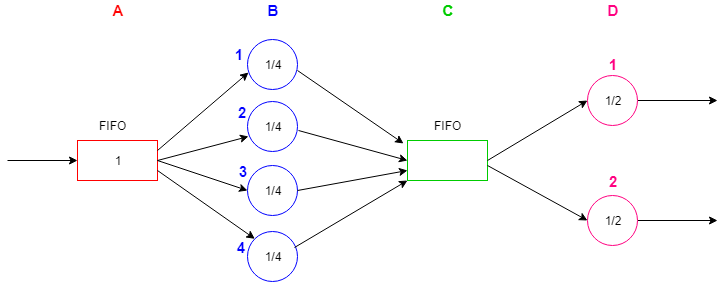
The draw.io diagram mejora/mejora.png in robagliom/simulacion_sistemas_de_colas, before a commit. Source tidied: cells renumbered, new cells last; positions are measured from the earlier drawing's top-left corner, leaving out a move shared by most shapes. Source of this version:
```xml
<mxGraphModel background="#ffffff">
  <root>
    <mxCell id="0" />
    <mxCell id="1" parent="0" />
    <mxCell id="2" value="1" style="rounded=0;whiteSpace=wrap;html=1;strokeColor=#FF0000;" parent="1" vertex="1">
      <mxGeometry x="70" y="140" width="80" height="40" as="geometry" />
    </mxCell>
    <mxCell id="3" style="endArrow=classic;html=1;entryX=0;entryY=0.5;entryDx=0;entryDy=0;" parent="1" edge="1" target="2">
      <mxGeometry relative="1" as="geometry">
        <mxPoint y="160" as="sourcePoint" />
      </mxGeometry>
    </mxCell>
    <mxCell id="4" value="FIFO" style="text;html=1;align=left;verticalAlign=top;spacingTop=-4;" parent="1" vertex="1">
      <mxGeometry x="90" y="116" width="40" height="20" as="geometry" />
    </mxCell>
    <mxCell id="5" value="1/4" style="ellipse;whiteSpace=wrap;html=1;strokeColor=#0000FF;" parent="1" vertex="1">
      <mxGeometry x="240" y="39" width="50" height="50" as="geometry" />
    </mxCell>
    <mxCell id="6" value="1/4" style="ellipse;whiteSpace=wrap;html=1;strokeColor=#0000FF;" parent="1" vertex="1">
      <mxGeometry x="240" y="101" width="50" height="50" as="geometry" />
    </mxCell>
    <mxCell id="7" value="1/4" style="ellipse;whiteSpace=wrap;html=1;strokeColor=#0000FF;" parent="1" vertex="1">
      <mxGeometry x="240" y="165" width="50" height="50" as="geometry" />
    </mxCell>
    <mxCell id="8" value="1/4" style="ellipse;whiteSpace=wrap;html=1;strokeColor=#0000FF;" parent="1" vertex="1">
      <mxGeometry x="240" y="231" width="50" height="50" as="geometry" />
    </mxCell>
    <mxCell id="9" style="endArrow=classic;html=1;exitX=1;exitY=0.25;exitDx=0;exitDy=0;entryX=0.02;entryY=0.66;entryDx=0;entryDy=0;entryPerimeter=0;" parent="1" edge="1" source="2" target="5">
      <mxGeometry relative="1" as="geometry" />
    </mxCell>
    <mxCell id="10" style="endArrow=classic;html=1;exitX=1;exitY=0.5;exitDx=0;exitDy=0;entryX=0.02;entryY=0.7;entryDx=0;entryDy=0;entryPerimeter=0;" parent="1" edge="1" source="2" target="6">
      <mxGeometry relative="1" as="geometry" />
    </mxCell>
    <mxCell id="11" style="endArrow=classic;html=1;exitX=1;exitY=0.5;exitDx=0;exitDy=0;entryX=0;entryY=0.5;entryDx=0;entryDy=0;" parent="1" edge="1" source="2" target="7">
      <mxGeometry relative="1" as="geometry" />
    </mxCell>
    <mxCell id="12" style="endArrow=classic;html=1;exitX=1;exitY=0.75;exitDx=0;exitDy=0;entryX=0;entryY=0;entryDx=0;entryDy=0;" parent="1" edge="1" source="2" target="8">
      <mxGeometry relative="1" as="geometry" />
    </mxCell>
    <mxCell id="13" style="rounded=0;whiteSpace=wrap;html=1;strokeColor=#00CC00;" parent="1" vertex="1">
      <mxGeometry x="400" y="140" width="80" height="40" as="geometry" />
    </mxCell>
    <mxCell id="14" style="edgeStyle=orthogonalEdgeStyle;rounded=0;jettySize=auto;html=1;" parent="1" edge="1" source="15">
      <mxGeometry relative="1" as="geometry">
        <mxPoint x="710" y="100" as="targetPoint" />
      </mxGeometry>
    </mxCell>
    <mxCell id="15" value="1/2" style="ellipse;whiteSpace=wrap;html=1;strokeColor=#FF0080;fillColor=#ffffff;" parent="1" vertex="1">
      <mxGeometry x="580" y="75" width="50" height="50" as="geometry" />
    </mxCell>
    <mxCell id="16" style="edgeStyle=orthogonalEdgeStyle;rounded=0;jettySize=auto;html=1;" parent="1" edge="1" source="17">
      <mxGeometry relative="1" as="geometry">
        <mxPoint x="710" y="220" as="targetPoint" />
      </mxGeometry>
    </mxCell>
    <mxCell id="17" value="1/2" style="ellipse;whiteSpace=wrap;html=1;strokeColor=#FF0080;" parent="1" vertex="1">
      <mxGeometry x="580" y="195" width="50" height="50" as="geometry" />
    </mxCell>
    <mxCell id="18" value="&lt;font style=&quot;font-size: 15px&quot; color=&quot;#FF0000&quot;&gt;&lt;b&gt;A&lt;/b&gt;&lt;/font&gt;" style="text;html=1;strokeColor=none;fillColor=none;align=center;verticalAlign=middle;whiteSpace=wrap;rounded=0;" parent="1" vertex="1">
      <mxGeometry x="90" width="40" height="20" as="geometry" />
    </mxCell>
    <mxCell id="19" value="&lt;font size=&quot;1&quot; color=&quot;#0000FF&quot;&gt;&lt;b style=&quot;font-size: 15px&quot;&gt;B&lt;/b&gt;&lt;/font&gt;" style="text;html=1;strokeColor=none;fillColor=none;align=center;verticalAlign=middle;whiteSpace=wrap;rounded=0;" parent="1" vertex="1">
      <mxGeometry x="245" width="40" height="20" as="geometry" />
    </mxCell>
    <mxCell id="20" value="&lt;font style=&quot;font-size: 15px&quot; color=&quot;#00CC00&quot;&gt;&lt;b&gt;C&lt;/b&gt;&lt;/font&gt;" style="text;html=1;strokeColor=none;fillColor=none;align=center;verticalAlign=middle;whiteSpace=wrap;rounded=0;" parent="1" vertex="1">
      <mxGeometry x="420" width="40" height="20" as="geometry" />
    </mxCell>
    <mxCell id="21" value="&lt;font style=&quot;font-size: 15px&quot; color=&quot;#FF0080&quot;&gt;&lt;b&gt;D&lt;/b&gt;&lt;/font&gt;" style="text;html=1;strokeColor=none;fillColor=none;align=center;verticalAlign=middle;whiteSpace=wrap;rounded=0;" parent="1" vertex="1">
      <mxGeometry x="585" width="40" height="20" as="geometry" />
    </mxCell>
    <mxCell id="22" value="&lt;font size=&quot;1&quot; color=&quot;#0000FF&quot;&gt;&lt;span style=&quot;font-size: 15px&quot;&gt;1&lt;/span&gt;&lt;/font&gt;" style="text;html=1;strokeColor=none;fillColor=none;align=center;verticalAlign=middle;whiteSpace=wrap;rounded=0;fontStyle=1;" parent="1" vertex="1">
      <mxGeometry x="211" y="44" width="40" height="20" as="geometry" />
    </mxCell>
    <mxCell id="23" value="&lt;font size=&quot;1&quot; color=&quot;#0000FF&quot;&gt;&lt;b style=&quot;font-size: 15px&quot;&gt;2&lt;/b&gt;&lt;/font&gt;" style="text;html=1;strokeColor=none;fillColor=none;align=center;verticalAlign=middle;whiteSpace=wrap;rounded=0;" parent="1" vertex="1">
      <mxGeometry x="214" y="101.5" width="40" height="20" as="geometry" />
    </mxCell>
    <mxCell id="24" value="&lt;font size=&quot;1&quot; color=&quot;#0000FF&quot;&gt;&lt;span style=&quot;font-size: 15px&quot;&gt;3&lt;/span&gt;&lt;/font&gt;" style="text;html=1;strokeColor=none;fillColor=none;align=center;verticalAlign=middle;whiteSpace=wrap;rounded=0;fontStyle=1;" parent="1" vertex="1">
      <mxGeometry x="215" y="161" width="40" height="20" as="geometry" />
    </mxCell>
    <mxCell id="25" value="&lt;font size=&quot;1&quot; color=&quot;#0000FF&quot;&gt;&lt;span style=&quot;font-size: 15px&quot;&gt;4&lt;/span&gt;&lt;/font&gt;" style="text;html=1;strokeColor=none;fillColor=none;align=center;verticalAlign=middle;whiteSpace=wrap;rounded=0;fontStyle=1;" parent="1" vertex="1">
      <mxGeometry x="213" y="237" width="40" height="20" as="geometry" />
    </mxCell>
    <mxCell id="26" value="&lt;font style=&quot;font-size: 15px&quot; color=&quot;#FF0080&quot;&gt;&lt;b&gt;1&lt;/b&gt;&lt;/font&gt;" style="text;html=1;strokeColor=none;fillColor=none;align=center;verticalAlign=middle;whiteSpace=wrap;rounded=0;" parent="1" vertex="1">
      <mxGeometry x="585" y="54" width="40" height="20" as="geometry" />
    </mxCell>
    <mxCell id="27" value="&lt;font style=&quot;font-size: 15px&quot; color=&quot;#FF0080&quot;&gt;&lt;b&gt;2&lt;/b&gt;&lt;/font&gt;" style="text;html=1;strokeColor=none;fillColor=none;align=center;verticalAlign=middle;whiteSpace=wrap;rounded=0;" parent="1" vertex="1">
      <mxGeometry x="585" y="171" width="40" height="20" as="geometry" />
    </mxCell>
    <mxCell id="28" style="endArrow=classic;html=1;entryX=0;entryY=0.5;entryDx=0;entryDy=0;" parent="1" edge="1" target="15">
      <mxGeometry relative="1" as="geometry">
        <mxPoint x="480" y="160" as="sourcePoint" />
      </mxGeometry>
    </mxCell>
    <mxCell id="29" style="endArrow=classic;html=1;" parent="1" edge="1">
      <mxGeometry relative="1" as="geometry">
        <mxPoint x="480" y="165" as="sourcePoint" />
        <mxPoint x="580" y="220" as="targetPoint" />
      </mxGeometry>
    </mxCell>
    <mxCell id="30" style="endArrow=classic;html=1;exitX=1;exitY=0.62;exitDx=0;exitDy=0;entryX=-0.05;entryY=0.075;entryDx=0;entryDy=0;entryPerimeter=0;exitPerimeter=0;" parent="1" edge="1" source="5" target="13">
      <mxGeometry relative="1" as="geometry" />
    </mxCell>
    <mxCell id="31" style="endArrow=classic;html=1;entryX=0;entryY=0.5;entryDx=0;entryDy=0;" parent="1" edge="1" target="13">
      <mxGeometry relative="1" as="geometry">
        <mxPoint x="291" y="130" as="sourcePoint" />
      </mxGeometry>
    </mxCell>
    <mxCell id="32" style="endArrow=classic;html=1;exitX=0.94;exitY=0.32;exitDx=0;exitDy=0;exitPerimeter=0;" parent="1" edge="1" source="8">
      <mxGeometry relative="1" as="geometry">
        <mxPoint x="400" y="180" as="targetPoint" />
      </mxGeometry>
    </mxCell>
    <mxCell id="33" style="endArrow=classic;html=1;entryX=0;entryY=0.75;entryDx=0;entryDy=0;exitX=1;exitY=0.5;exitDx=0;exitDy=0;" parent="1" edge="1" source="7" target="13">
      <mxGeometry relative="1" as="geometry" />
    </mxCell>
    <mxCell id="34" value="FIFO" style="text;html=1;align=left;verticalAlign=top;spacingTop=-4;" parent="1" vertex="1">
      <mxGeometry x="425" y="116" width="40" height="20" as="geometry" />
    </mxCell>
  </root>
</mxGraphModel>
```
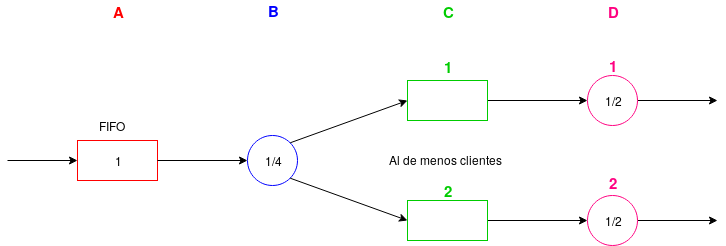
After the change.

Commit message:
cambio mejora a caso 5; agrego mejora de un solo servidor B

What changed in the source:
```diff
@@ -1,58 +1,58 @@
-<mxGraphModel background="#ffffff">
+<mxGraphModel>
   <root>
     <mxCell id="0" />
     <mxCell id="1" parent="0" />
     <mxCell id="2" value="1" style="rounded=0;whiteSpace=wrap;html=1;strokeColor=#FF0000;" parent="1" vertex="1">
       <mxGeometry x="70" y="140" width="80" height="40" as="geometry" />
     </mxCell>
-    <mxCell id="3" style="endArrow=classic;html=1;entryX=0;entryY=0.5;entryDx=0;entryDy=0;" parent="1" edge="1" target="2">
-      <mxGeometry relative="1" as="geometry">
-        <mxPoint y="160" as="sourcePoint" />
-      </mxGeometry>
-    </mxCell>
-    <mxCell id="4" value="FIFO" style="text;html=1;align=left;verticalAlign=top;spacingTop=-4;" parent="1" vertex="1">
-      <mxGeometry x="90" y="116" width="40" height="20" as="geometry" />
-    </mxCell>
-    <mxCell id="5" value="1/4" style="ellipse;whiteSpace=wrap;html=1;strokeColor=#0000FF;" parent="1" vertex="1">
-      <mxGeometry x="240" y="39" width="50" height="50" as="geometry" />
-    </mxCell>
-    <mxCell id="6" value="1/4" style="ellipse;whiteSpace=wrap;html=1;strokeColor=#0000FF;" parent="1" vertex="1">
-      <mxGeometry x="240" y="101" width="50" height="50" as="geometry" />
-    </mxCell>
-    <mxCell id="7" value="1/4" style="ellipse;whiteSpace=wrap;html=1;strokeColor=#0000FF;" parent="1" vertex="1">
-      <mxGeometry x="240" y="165" width="50" height="50" as="geometry" />
-    </mxCell>
-    <mxCell id="8" value="1/4" style="ellipse;whiteSpace=wrap;html=1;strokeColor=#0000FF;" parent="1" vertex="1">
-      <mxGeometry x="240" y="231" width="50" height="50" as="geometry" />
-    </mxCell>
-    <mxCell id="9" style="endArrow=classic;html=1;exitX=1;exitY=0.25;exitDx=0;exitDy=0;entryX=0.02;entryY=0.66;entryDx=0;entryDy=0;entryPerimeter=0;" parent="1" edge="1" source="2" target="5">
-      <mxGeometry relative="1" as="geometry" />
-    </mxCell>
-    <mxCell id="10" style="endArrow=classic;html=1;exitX=1;exitY=0.5;exitDx=0;exitDy=0;entryX=0.02;entryY=0.7;entryDx=0;entryDy=0;entryPerimeter=0;" parent="1" edge="1" source="2" target="6">
-      <mxGeometry relative="1" as="geometry" />
-    </mxCell>
-    <mxCell id="11" style="endArrow=classic;html=1;exitX=1;exitY=0.5;exitDx=0;exitDy=0;entryX=0;entryY=0.5;entryDx=0;entryDy=0;" parent="1" edge="1" source="2" target="7">
-      <mxGeometry relative="1" as="geometry" />
-    </mxCell>
-    <mxCell id="12" style="endArrow=classic;html=1;exitX=1;exitY=0.75;exitDx=0;exitDy=0;entryX=0;entryY=0;entryDx=0;entryDy=0;" parent="1" edge="1" source="2" target="8">
-      <mxGeometry relative="1" as="geometry" />
-    </mxCell>
-    <mxCell id="13" style="rounded=0;whiteSpace=wrap;html=1;strokeColor=#00CC00;" parent="1" vertex="1">
-      <mxGeometry x="400" y="140" width="80" height="40" as="geometry" />
-    </mxCell>
-    <mxCell id="14" style="edgeStyle=orthogonalEdgeStyle;rounded=0;jettySize=auto;html=1;" parent="1" edge="1" source="15">
-      <mxGeometry relative="1" as="geometry">
-        <mxPoint x="710" y="100" as="targetPoint" />
-      </mxGeometry>
-    </mxCell>
+    <mxCell id="35" style="endArrow=classic;html=1;entryX=0;entryY=0.5;entryDx=0;entryDy=0;" parent="1" edge="1" target="2">
+      <mxGeometry relative="1" as="geometry">
+        <mxPoint y="160" as="sourcePoint" />
+      </mxGeometry>
+    </mxCell>
+    <mxCell id="36" value="FIFO" style="text;html=1;align=left;verticalAlign=top;spacingTop=-4;" parent="1" vertex="1">
+      <mxGeometry x="90" y="116" width="40" height="20" as="geometry" />
+    </mxCell>
+    <mxCell id="37" value="1/4" style="ellipse;whiteSpace=wrap;html=1;strokeColor=#0000FF;" parent="1" vertex="1">
+      <mxGeometry x="240" y="135" width="50" height="50" as="geometry" />
+    </mxCell>
+    <mxCell id="38" style="endArrow=classic;html=1;exitX=1;exitY=0.5;exitDx=0;exitDy=0;entryX=0;entryY=0.5;entryDx=0;entryDy=0;" parent="1" edge="1" source="2" target="37">
+      <mxGeometry relative="1" as="geometry" />
+    </mxCell>
+    <mxCell id="39" style="edgeStyle=orthogonalEdgeStyle;rounded=0;jettySize=auto;html=1;" parent="1" edge="1" source="40" target="15">
+      <mxGeometry relative="1" as="geometry" />
+    </mxCell>
+    <mxCell id="40" style="rounded=0;whiteSpace=wrap;html=1;strokeColor=#00CC00;" parent="1" vertex="1">
+      <mxGeometry x="400" y="80" width="80" height="40" as="geometry" />
+    </mxCell>
+    <mxCell id="41" style="edgeStyle=orthogonalEdgeStyle;rounded=0;jettySize=auto;html=1;entryX=0;entryY=0.5;entryDx=0;entryDy=0;" parent="1" edge="1" source="42" target="17">
+      <mxGeometry relative="1" as="geometry" />
+    </mxCell>
+    <mxCell id="42" style="rounded=0;whiteSpace=wrap;html=1;strokeColor=#00CC00;" parent="1" vertex="1">
+      <mxGeometry x="400" y="200" width="80" height="40" as="geometry" />
+    </mxCell>
+    <mxCell id="43" value="Al de menos clientes" style="text;html=1;align=left;verticalAlign=top;spacingTop=-4;" parent="1" vertex="1">
+      <mxGeometry x="380" y="150" width="130" height="20" as="geometry" />
+    </mxCell>
+    <mxCell id="44" style="endArrow=classic;html=1;entryX=0;entryY=0.5;entryDx=0;entryDy=0;exitX=1;exitY=0;exitDx=0;exitDy=0;" parent="1" edge="1" source="37" target="40">
+      <mxGeometry relative="1" as="geometry" />
+    </mxCell>
+    <mxCell id="45" style="endArrow=classic;html=1;exitX=1;exitY=1;exitDx=0;exitDy=0;entryX=0;entryY=0.5;entryDx=0;entryDy=0;" parent="1" edge="1" source="37" target="42">
+      <mxGeometry relative="1" as="geometry" />
+    </mxCell>
+    <mxCell id="46" style="edgeStyle=orthogonalEdgeStyle;rounded=0;jettySize=auto;html=1;" parent="1" edge="1" source="15">
+      <mxGeometry relative="1" as="geometry">
+        <mxPoint x="710" y="100" as="targetPoint" />
+      </mxGeometry>
+    </mxCell>
     <mxCell id="15" value="1/2" style="ellipse;whiteSpace=wrap;html=1;strokeColor=#FF0080;fillColor=#ffffff;" parent="1" vertex="1">
       <mxGeometry x="580" y="75" width="50" height="50" as="geometry" />
     </mxCell>
-    <mxCell id="16" style="edgeStyle=orthogonalEdgeStyle;rounded=0;jettySize=auto;html=1;" parent="1" edge="1" source="17">
-      <mxGeometry relative="1" as="geometry">
-        <mxPoint x="710" y="220" as="targetPoint" />
-      </mxGeometry>
-    </mxCell>
+    <mxCell id="47" style="edgeStyle=orthogonalEdgeStyle;rounded=0;jettySize=auto;html=1;" parent="1" edge="1" source="17">
+      <mxGeometry relative="1" as="geometry">
+        <mxPoint x="710" y="220" as="targetPoint" />
+      </mxGeometry>
+    </mxCell>
     <mxCell id="17" value="1/2" style="ellipse;whiteSpace=wrap;html=1;strokeColor=#FF0080;" parent="1" vertex="1">
       <mxGeometry x="580" y="195" width="50" height="50" as="geometry" />
     </mxCell>
@@ -68,53 +68,17 @@
     <mxCell id="21" value="&lt;font style=&quot;font-size: 15px&quot; color=&quot;#FF0080&quot;&gt;&lt;b&gt;D&lt;/b&gt;&lt;/font&gt;" style="text;html=1;strokeColor=none;fillColor=none;align=center;verticalAlign=middle;whiteSpace=wrap;rounded=0;" parent="1" vertex="1">
       <mxGeometry x="585" width="40" height="20" as="geometry" />
     </mxCell>
-    <mxCell id="22" value="&lt;font size=&quot;1&quot; color=&quot;#0000FF&quot;&gt;&lt;span style=&quot;font-size: 15px&quot;&gt;1&lt;/span&gt;&lt;/font&gt;" style="text;html=1;strokeColor=none;fillColor=none;align=center;verticalAlign=middle;whiteSpace=wrap;rounded=0;fontStyle=1;" parent="1" vertex="1">
-      <mxGeometry x="211" y="44" width="40" height="20" as="geometry" />
+    <mxCell id="22" value="&lt;font style=&quot;font-size: 15px&quot; color=&quot;#00CC00&quot;&gt;&lt;b&gt;1&lt;/b&gt;&lt;/font&gt;" style="text;html=1;strokeColor=none;fillColor=none;align=center;verticalAlign=middle;whiteSpace=wrap;rounded=0;" parent="1" vertex="1">
+      <mxGeometry x="420" y="55" width="40" height="20" as="geometry" />
     </mxCell>
-    <mxCell id="23" value="&lt;font size=&quot;1&quot; color=&quot;#0000FF&quot;&gt;&lt;b style=&quot;font-size: 15px&quot;&gt;2&lt;/b&gt;&lt;/font&gt;" style="text;html=1;strokeColor=none;fillColor=none;align=center;verticalAlign=middle;whiteSpace=wrap;rounded=0;" parent="1" vertex="1">
-      <mxGeometry x="214" y="101.5" width="40" height="20" as="geometry" />
+    <mxCell id="23" value="&lt;font style=&quot;font-size: 15px&quot; color=&quot;#00CC00&quot;&gt;&lt;b&gt;2&lt;/b&gt;&lt;/font&gt;" style="text;html=1;strokeColor=none;fillColor=none;align=center;verticalAlign=middle;whiteSpace=wrap;rounded=0;" parent="1" vertex="1">
+      <mxGeometry x="420" y="179" width="40" height="20" as="geometry" />
     </mxCell>
-    <mxCell id="24" value="&lt;font size=&quot;1&quot; color=&quot;#0000FF&quot;&gt;&lt;span style=&quot;font-size: 15px&quot;&gt;3&lt;/span&gt;&lt;/font&gt;" style="text;html=1;strokeColor=none;fillColor=none;align=center;verticalAlign=middle;whiteSpace=wrap;rounded=0;fontStyle=1;" parent="1" vertex="1">
-      <mxGeometry x="215" y="161" width="40" height="20" as="geometry" />
-    </mxCell>
-    <mxCell id="25" value="&lt;font size=&quot;1&quot; color=&quot;#0000FF&quot;&gt;&lt;span style=&quot;font-size: 15px&quot;&gt;4&lt;/span&gt;&lt;/font&gt;" style="text;html=1;strokeColor=none;fillColor=none;align=center;verticalAlign=middle;whiteSpace=wrap;rounded=0;fontStyle=1;" parent="1" vertex="1">
-      <mxGeometry x="213" y="237" width="40" height="20" as="geometry" />
-    </mxCell>
     <mxCell id="26" value="&lt;font style=&quot;font-size: 15px&quot; color=&quot;#FF0080&quot;&gt;&lt;b&gt;1&lt;/b&gt;&lt;/font&gt;" style="text;html=1;strokeColor=none;fillColor=none;align=center;verticalAlign=middle;whiteSpace=wrap;rounded=0;" parent="1" vertex="1">
       <mxGeometry x="585" y="54" width="40" height="20" as="geometry" />
     </mxCell>
     <mxCell id="27" value="&lt;font style=&quot;font-size: 15px&quot; color=&quot;#FF0080&quot;&gt;&lt;b&gt;2&lt;/b&gt;&lt;/font&gt;" style="text;html=1;strokeColor=none;fillColor=none;align=center;verticalAlign=middle;whiteSpace=wrap;rounded=0;" parent="1" vertex="1">
       <mxGeometry x="585" y="171" width="40" height="20" as="geometry" />
     </mxCell>
-    <mxCell id="28" style="endArrow=classic;html=1;entryX=0;entryY=0.5;entryDx=0;entryDy=0;" parent="1" edge="1" target="15">
-      <mxGeometry relative="1" as="geometry">
-        <mxPoint x="480" y="160" as="sourcePoint" />
-      </mxGeometry>
-    </mxCell>
-    <mxCell id="29" style="endArrow=classic;html=1;" parent="1" edge="1">
-      <mxGeometry relative="1" as="geometry">
-        <mxPoint x="480" y="165" as="sourcePoint" />
-        <mxPoint x="580" y="220" as="targetPoint" />
-      </mxGeometry>
-    </mxCell>
-    <mxCell id="30" style="endArrow=classic;html=1;exitX=1;exitY=0.62;exitDx=0;exitDy=0;entryX=-0.05;entryY=0.075;entryDx=0;entryDy=0;entryPerimeter=0;exitPerimeter=0;" parent="1" edge="1" source="5" target="13">
-      <mxGeometry relative="1" as="geometry" />
-    </mxCell>
-    <mxCell id="31" style="endArrow=classic;html=1;entryX=0;entryY=0.5;entryDx=0;entryDy=0;" parent="1" edge="1" target="13">
-      <mxGeometry relative="1" as="geometry">
-        <mxPoint x="291" y="130" as="sourcePoint" />
-      </mxGeometry>
-    </mxCell>
-    <mxCell id="32" style="endArrow=classic;html=1;exitX=0.94;exitY=0.32;exitDx=0;exitDy=0;exitPerimeter=0;" parent="1" edge="1" source="8">
-      <mxGeometry relative="1" as="geometry">
-        <mxPoint x="400" y="180" as="targetPoint" />
-      </mxGeometry>
-    </mxCell>
-    <mxCell id="33" style="endArrow=classic;html=1;entryX=0;entryY=0.75;entryDx=0;entryDy=0;exitX=1;exitY=0.5;exitDx=0;exitDy=0;" parent="1" edge="1" source="7" target="13">
-      <mxGeometry relative="1" as="geometry" />
-    </mxCell>
-    <mxCell id="34" value="FIFO" style="text;html=1;align=left;verticalAlign=top;spacingTop=-4;" parent="1" vertex="1">
-      <mxGeometry x="425" y="116" width="40" height="20" as="geometry" />
-    </mxCell>
   </root>
 </mxGraphModel>
```
